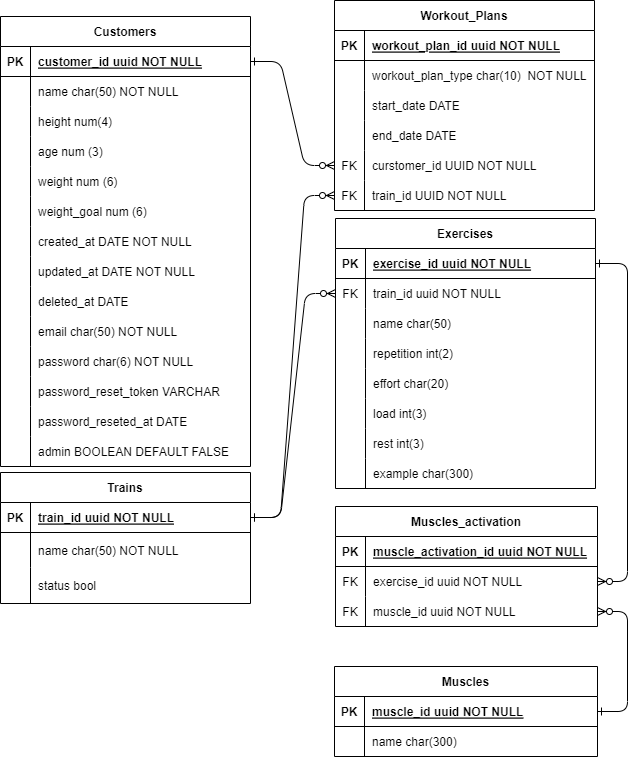
Before: DER.png, a diagram exported from draw.io (Workout-Project-007-plan/Workout-API). Source tidied: cells renumbered, new cells last; positions are measured from the earlier drawing's top-left corner, leaving out a move shared by most shapes.
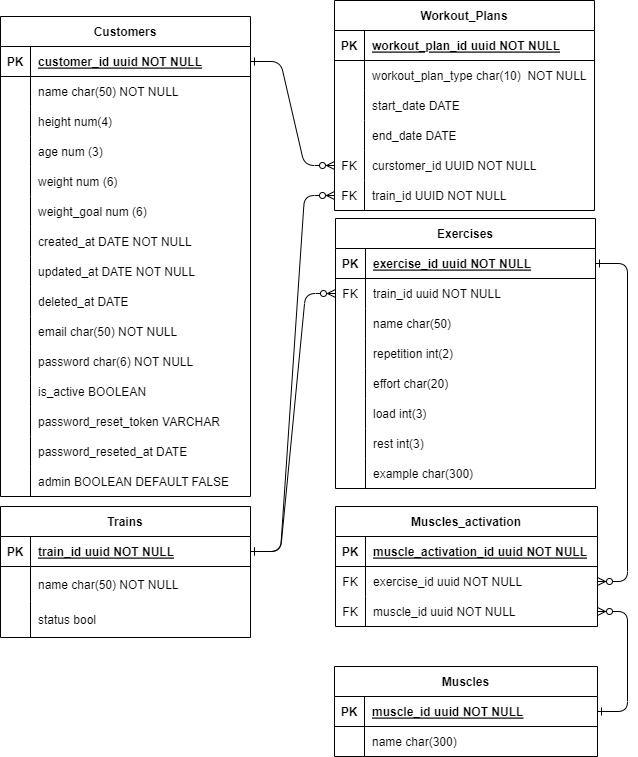
The same file after the commit.

The edit, as a diff of the source:
```diff
@@ -60,7 +60,7 @@
       <mxGeometry x="30" width="230" height="30" as="geometry" />
     </mxCell>
     <mxCell id="21" value="Trains" style="shape=table;startSize=30;rowLines=0;fontStyle=1;align=center;labelBackgroundColor=none;" parent="1" vertex="1">
-      <mxGeometry y="472" width="250" height="131" as="geometry" />
+      <mxGeometry y="506" width="250" height="131" as="geometry" />
     </mxCell>
     <mxCell id="22" style="shape=partialRectangle;fillColor=none;points=[[0,0.5],[1,0.5]];portConstraint=eastwest;top=0;left=0;right=0;bottom=1;labelBackgroundColor=none;" parent="21" vertex="1">
       <mxGeometry y="30" width="250" height="30" as="geometry" />
@@ -90,7 +90,7 @@
       <mxGeometry x="30" width="220" height="36" as="geometry" />
     </mxCell>
     <mxCell id="31" value="Customers" style="shape=table;startSize=30;rowLines=0;fontStyle=1;align=center;labelBackgroundColor=none;" parent="1" vertex="1">
-      <mxGeometry y="16" width="250" height="450" as="geometry" />
+      <mxGeometry y="16" width="250" height="480" as="geometry" />
     </mxCell>
     <mxCell id="32" style="shape=partialRectangle;fillColor=none;points=[[0,0.5],[1,0.5]];portConstraint=eastwest;top=0;left=0;right=0;bottom=1;labelBackgroundColor=none;" parent="31" vertex="1">
       <mxGeometry y="30" width="250" height="30" as="geometry" />
@@ -191,8 +191,17 @@
     <mxCell id="64" value="password char(6) NOT NULL" style="shape=partialRectangle;overflow=hidden;fillColor=none;top=0;left=0;bottom=0;right=0;align=left;spacingLeft=6;labelBackgroundColor=none;" parent="62" vertex="1">
       <mxGeometry x="30" width="220" height="30" as="geometry" />
     </mxCell>
+    <mxCell id="123" style="shape=partialRectangle;fillColor=none;top=0;left=0;right=0;bottom=0;labelBackgroundColor=none;" parent="31" vertex="1">
+      <mxGeometry y="360" width="250" height="30" as="geometry" />
+    </mxCell>
+    <mxCell id="124" style="shape=partialRectangle;overflow=hidden;fillColor=none;top=0;left=0;bottom=0;right=0;labelBackgroundColor=none;" parent="123" vertex="1">
+      <mxGeometry width="30" height="30" as="geometry" />
+    </mxCell>
+    <mxCell id="125" value="is_active BOOLEAN" style="shape=partialRectangle;overflow=hidden;fillColor=none;top=0;left=0;bottom=0;right=0;align=left;spacingLeft=6;labelBackgroundColor=none;" parent="123" vertex="1">
+      <mxGeometry x="30" width="220" height="30" as="geometry" />
+    </mxCell>
     <mxCell id="65" style="shape=partialRectangle;fillColor=none;top=0;left=0;right=0;bottom=0;labelBackgroundColor=none;" parent="31" vertex="1">
-      <mxGeometry y="360" width="250" height="30" as="geometry" />
+      <mxGeometry y="390" width="250" height="30" as="geometry" />
     </mxCell>
     <mxCell id="66" style="shape=partialRectangle;overflow=hidden;fillColor=none;top=0;left=0;bottom=0;right=0;labelBackgroundColor=none;" parent="65" vertex="1">
       <mxGeometry width="30" height="30" as="geometry" />
@@ -201,7 +210,7 @@
       <mxGeometry x="30" width="220" height="30" as="geometry" />
     </mxCell>
     <mxCell id="68" style="shape=partialRectangle;fillColor=none;top=0;left=0;right=0;bottom=0;labelBackgroundColor=none;" parent="31" vertex="1">
-      <mxGeometry y="390" width="250" height="30" as="geometry" />
+      <mxGeometry y="420" width="250" height="30" as="geometry" />
     </mxCell>
     <mxCell id="69" style="shape=partialRectangle;overflow=hidden;fillColor=none;top=0;left=0;bottom=0;right=0;labelBackgroundColor=none;" parent="68" vertex="1">
       <mxGeometry width="30" height="30" as="geometry" />
@@ -210,7 +219,7 @@
       <mxGeometry x="30" width="220" height="30" as="geometry" />
     </mxCell>
     <mxCell id="71" style="shape=partialRectangle;fillColor=none;top=0;left=0;right=0;bottom=0;labelBackgroundColor=none;" parent="31" vertex="1">
-      <mxGeometry y="420" width="250" height="30" as="geometry" />
+      <mxGeometry y="450" width="250" height="30" as="geometry" />
     </mxCell>
     <mxCell id="72" style="shape=partialRectangle;overflow=hidden;fillColor=none;top=0;left=0;bottom=0;right=0;labelBackgroundColor=none;" parent="71" vertex="1">
       <mxGeometry width="30" height="30" as="geometry" />
```
